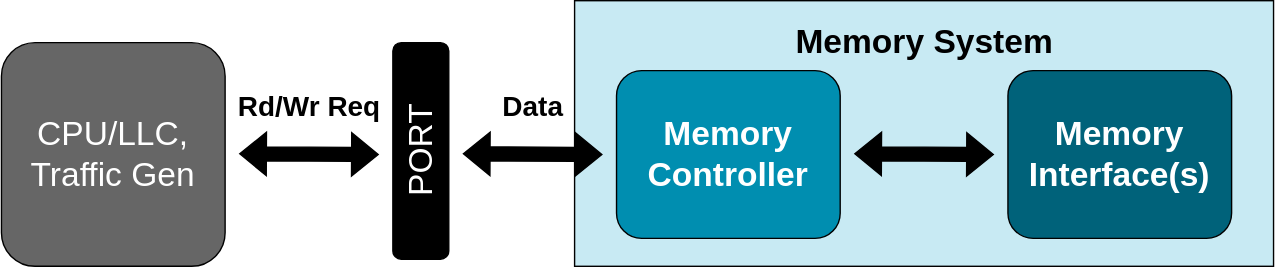
This is slides/02-Using-gem5/06-memory-imgs/memory-system.drawio.svg from huydinhtran/gem5-2024-bootcamp, a draw.io export, as it was before one commit. Source tidied: cells renumbered, new cells last; positions are measured from the earlier drawing's top-left corner, leaving out a move shared by most shapes.
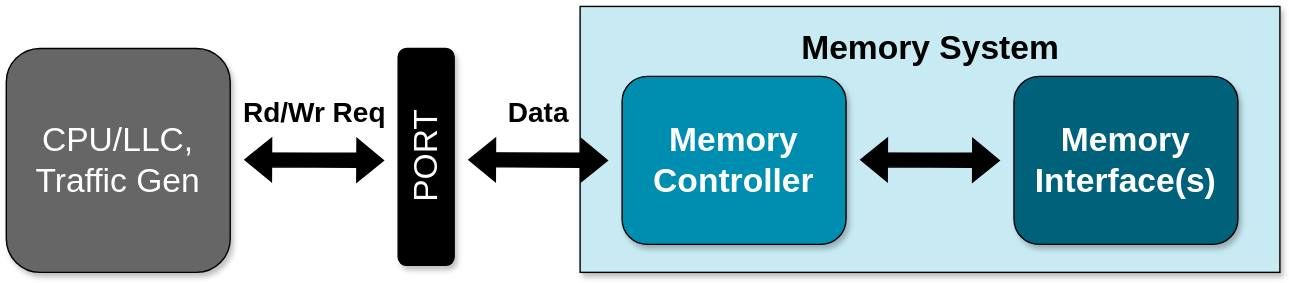
Above is the later version.

Diff of the diagram source:
```diff
@@ -2,10 +2,10 @@
   <root>
     <mxCell id="0" />
     <mxCell id="1" parent="0" />
-    <mxCell id="2" style="rounded=0;whiteSpace=wrap;html=1;fillColor=#c8eaf3;" parent="1" vertex="1">
+    <mxCell id="2" style="rounded=0;whiteSpace=wrap;html=1;fillColor=#c8eaf3;shadow=1;" parent="1" vertex="1">
       <mxGeometry x="410" width="500" height="190" as="geometry" />
     </mxCell>
-    <mxCell id="3" value="&lt;font color=&quot;#ffffff&quot; style=&quot;font-size: 24px;&quot;&gt;CPU/LLC,&lt;/font&gt;&lt;div style=&quot;font-size: 24px;&quot;&gt;&lt;font color=&quot;#ffffff&quot; style=&quot;font-size: 24px;&quot;&gt;Traffic Gen&lt;/font&gt;&lt;/div&gt;" style="rounded=1;whiteSpace=wrap;html=1;fillColor=#666666;" parent="1" vertex="1">
+    <mxCell id="3" value="&lt;font color=&quot;#ffffff&quot; style=&quot;font-size: 24px;&quot;&gt;CPU/LLC,&lt;/font&gt;&lt;div style=&quot;font-size: 24px;&quot;&gt;&lt;font color=&quot;#ffffff&quot; style=&quot;font-size: 24px;&quot;&gt;Traffic Gen&lt;/font&gt;&lt;/div&gt;" style="rounded=1;whiteSpace=wrap;html=1;fillColor=#666666;shadow=1;" parent="1" vertex="1">
       <mxGeometry y="30" width="160" height="160" as="geometry" />
     </mxCell>
     <mxCell id="4" style="shape=flexArrow;endArrow=classic;startArrow=classic;html=1;rounded=0;fillColor=#000000;" parent="1" edge="1">
@@ -17,7 +17,7 @@
     <mxCell id="5" value="&lt;font size=&quot;1&quot; style=&quot;&quot;&gt;&lt;b style=&quot;font-size: 20px;&quot;&gt;Rd/Wr Req&lt;/b&gt;&lt;/font&gt;" style="text;html=1;align=center;verticalAlign=middle;strokeColor=none;fillColor=none;" parent="1" vertex="1">
       <mxGeometry x="155" y="55" width="130" height="40" as="geometry" />
     </mxCell>
-    <mxCell id="6" value="&lt;font color=&quot;#ffffff&quot; style=&quot;font-size: 24px;&quot;&gt;PORT&lt;/font&gt;" style="rounded=1;whiteSpace=wrap;html=1;rotation=-90;fillColor=#000000;" parent="1" vertex="1">
+    <mxCell id="6" value="&lt;font color=&quot;#ffffff&quot; style=&quot;font-size: 24px;&quot;&gt;PORT&lt;/font&gt;" style="rounded=1;whiteSpace=wrap;html=1;rotation=-90;fillColor=#000000;shadow=1;" parent="1" vertex="1">
       <mxGeometry x="222.5" y="87.5" width="155" height="40" as="geometry" />
     </mxCell>
     <mxCell id="7" style="shape=flexArrow;endArrow=classic;startArrow=classic;html=1;rounded=0;fillColor=#000000;" parent="1" edge="1">
@@ -29,7 +29,7 @@
     <mxCell id="8" value="&lt;font size=&quot;1&quot; style=&quot;&quot;&gt;&lt;b style=&quot;font-size: 20px;&quot;&gt;Data&lt;/b&gt;&lt;/font&gt;" style="text;html=1;align=center;verticalAlign=middle;strokeColor=none;fillColor=none;" parent="1" vertex="1">
       <mxGeometry x="345" y="55" width="70" height="40" as="geometry" />
     </mxCell>
-    <mxCell id="9" value="&lt;span style=&quot;font-size: 24px;&quot;&gt;&lt;font color=&quot;#ffffff&quot;&gt;&lt;b&gt;Memory Controller&lt;/b&gt;&lt;/font&gt;&lt;/span&gt;" style="rounded=1;whiteSpace=wrap;html=1;fillColor=#008EB0;" parent="1" vertex="1">
+    <mxCell id="9" value="&lt;span style=&quot;font-size: 24px;&quot;&gt;&lt;font color=&quot;#ffffff&quot;&gt;&lt;b&gt;Memory Controller&lt;/b&gt;&lt;/font&gt;&lt;/span&gt;" style="rounded=1;whiteSpace=wrap;html=1;fillColor=#008EB0;shadow=1;" parent="1" vertex="1">
       <mxGeometry x="440" y="50" width="160" height="120" as="geometry" />
     </mxCell>
     <mxCell id="10" style="shape=flexArrow;endArrow=classic;startArrow=classic;html=1;rounded=0;fillColor=#000000;" parent="1" edge="1">
@@ -38,7 +38,7 @@
         <mxPoint x="710" y="110" as="targetPoint" />
       </mxGeometry>
     </mxCell>
-    <mxCell id="11" value="&lt;span style=&quot;font-size: 24px;&quot;&gt;&lt;b&gt;&lt;font color=&quot;#ffffff&quot;&gt;Memory Interface(s)&lt;/font&gt;&lt;/b&gt;&lt;/span&gt;" style="rounded=1;whiteSpace=wrap;html=1;fillColor=#00627a;" parent="1" vertex="1">
+    <mxCell id="11" value="&lt;span style=&quot;font-size: 24px;&quot;&gt;&lt;b&gt;&lt;font color=&quot;#ffffff&quot;&gt;Memory Interface(s)&lt;/font&gt;&lt;/b&gt;&lt;/span&gt;" style="rounded=1;whiteSpace=wrap;html=1;fillColor=#00627a;shadow=1;" parent="1" vertex="1">
       <mxGeometry x="720" y="50" width="160" height="120" as="geometry" />
     </mxCell>
     <mxCell id="12" value="&lt;font style=&quot;font-size: 24px;&quot;&gt;&lt;b&gt;Memory System&lt;/b&gt;&lt;/font&gt;" style="text;html=1;align=center;verticalAlign=middle;strokeColor=none;fillColor=none;" parent="1" vertex="1">
```
